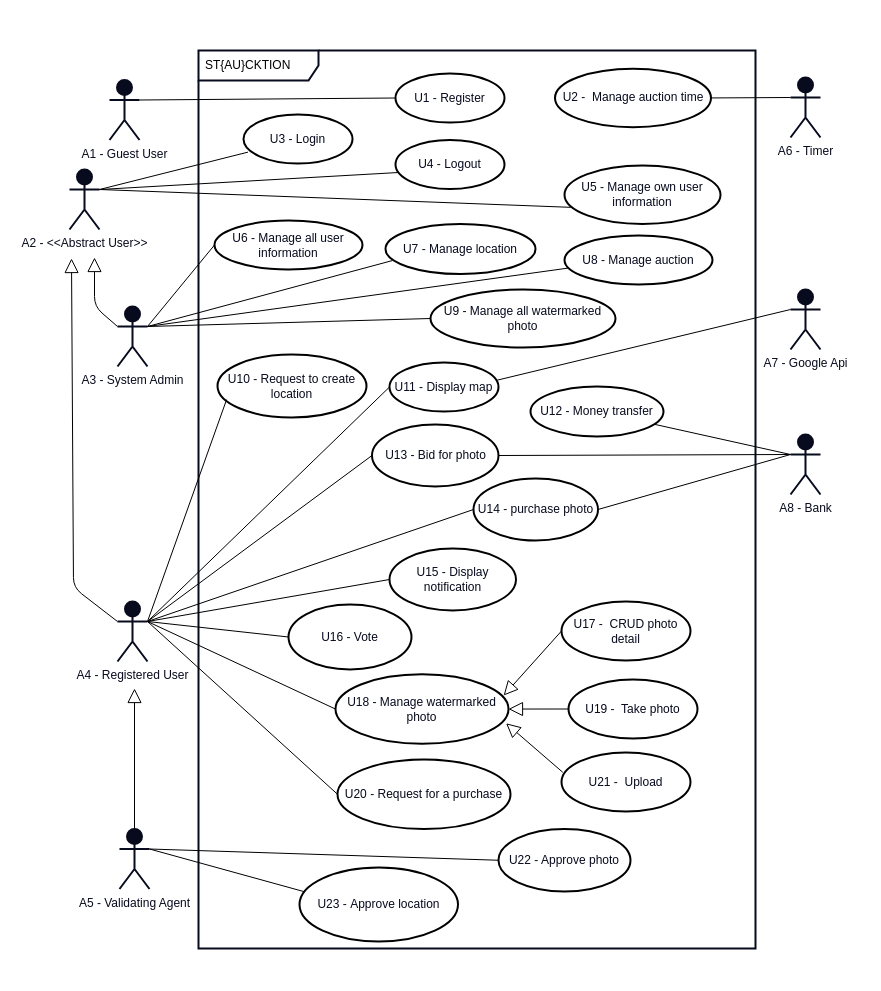
The draw.io diagram diagrams/use-case-diagram/use-case-diagram.drawio in staucktion/docs, before the edit. Source tidied: cells renumbered, new cells numbered last; positions are measured from the earlier drawing's top-left corner, leaving out a move shared by most shapes. Both pictures are drawn from the tidied source at 100%, with x=0, y=0 at pixel (18, 18).
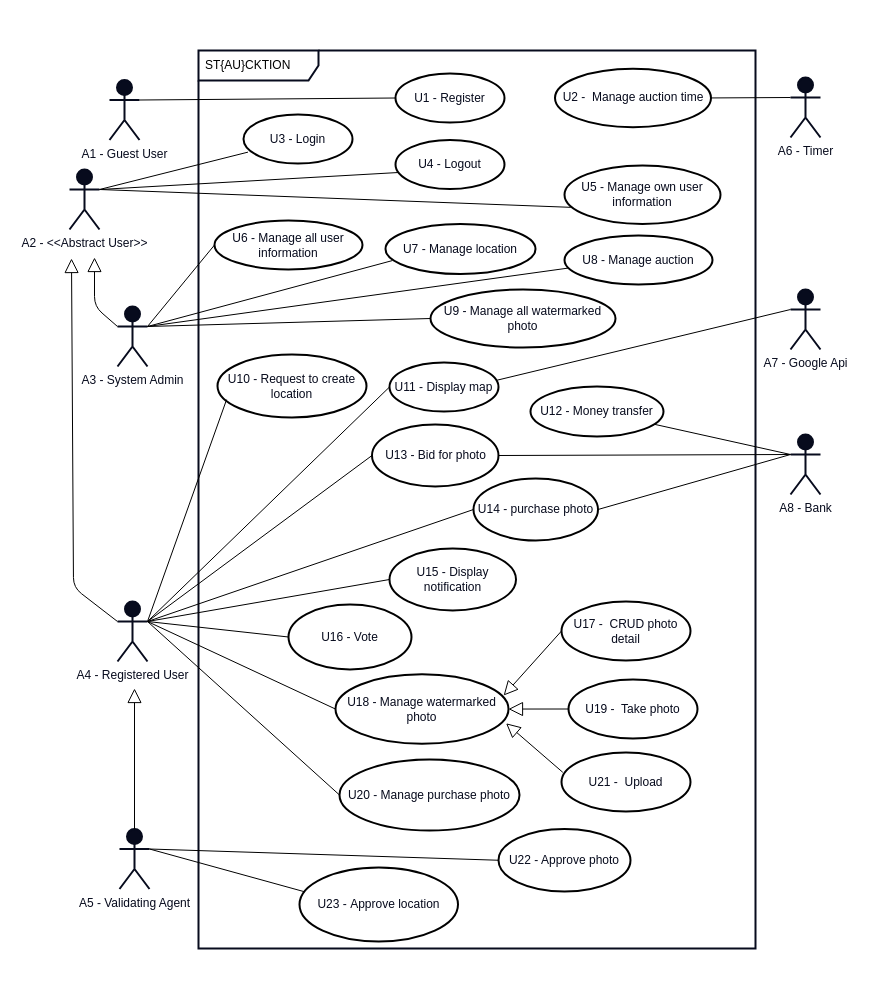
Above is the later version.

Commit message (it also covers changes not shown here):
update use case diagram

Diff of the diagram source:
```diff
@@
-    <mxCell id="57" value="U20 - Request for a purchase" style="ellipse;whiteSpace=wrap;html=1;strokeColor=#000000;strokeWidth=2;fontColor=#070B1D;fillColor=none;gradientColor=none;" parent="1" vertex="1">
-      <mxGeometry x="319" y="741" width="173" height="69.5" as="geometry" />
+    <mxCell id="57" value="U20 - Manage purchase photo" style="ellipse;whiteSpace=wrap;html=1;strokeColor=#000000;strokeWidth=2;fontColor=#070B1D;fillColor=none;gradientColor=none;" parent="1" vertex="1">
+      <mxGeometry x="321" y="741" width="180" height="71" as="geometry" />
     </mxCell>
```
